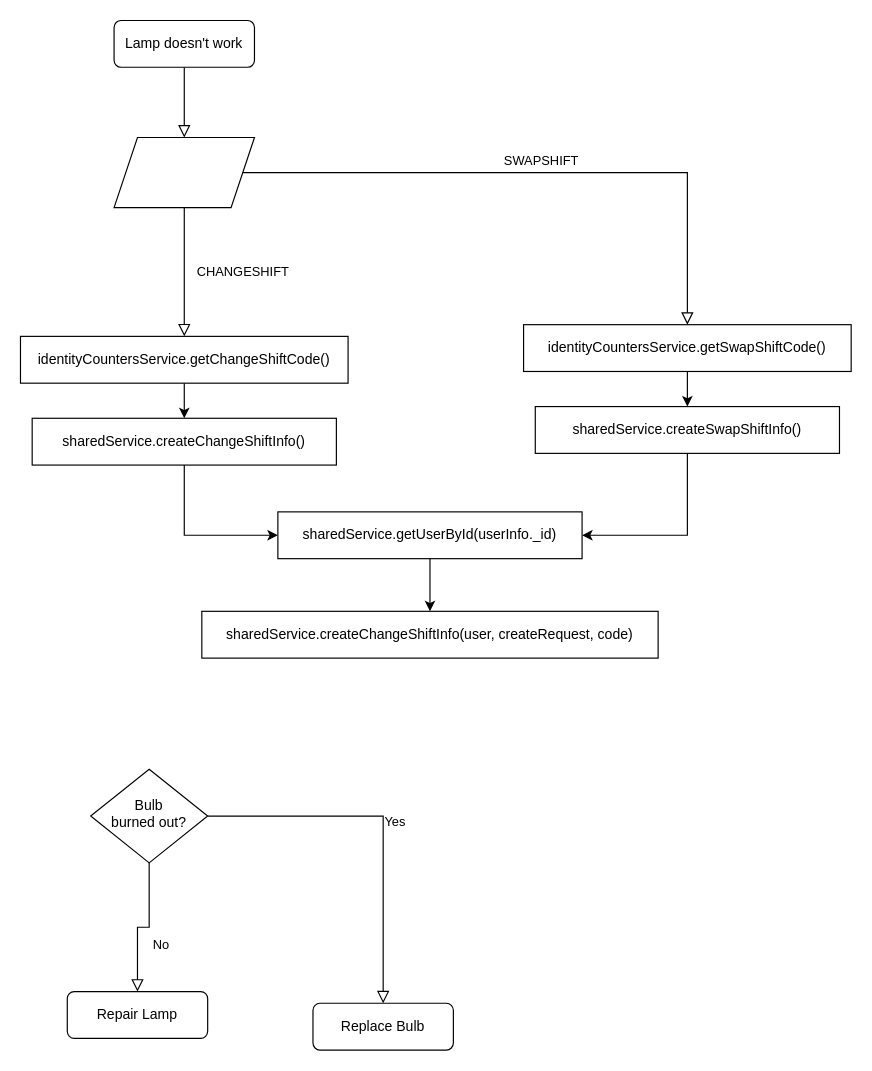
8luex/test-railway keeps this draw.io diagram as Untitled Diagram.drawio. Above is the earlier version. Source tidied: cells renumbered, new cells numbered last; positions are measured from the earlier drawing's top-left corner, leaving out a move shared by most shapes. Both pictures are drawn from the tidied source at 117%, with x=0, y=0 at pixel (20, 20).
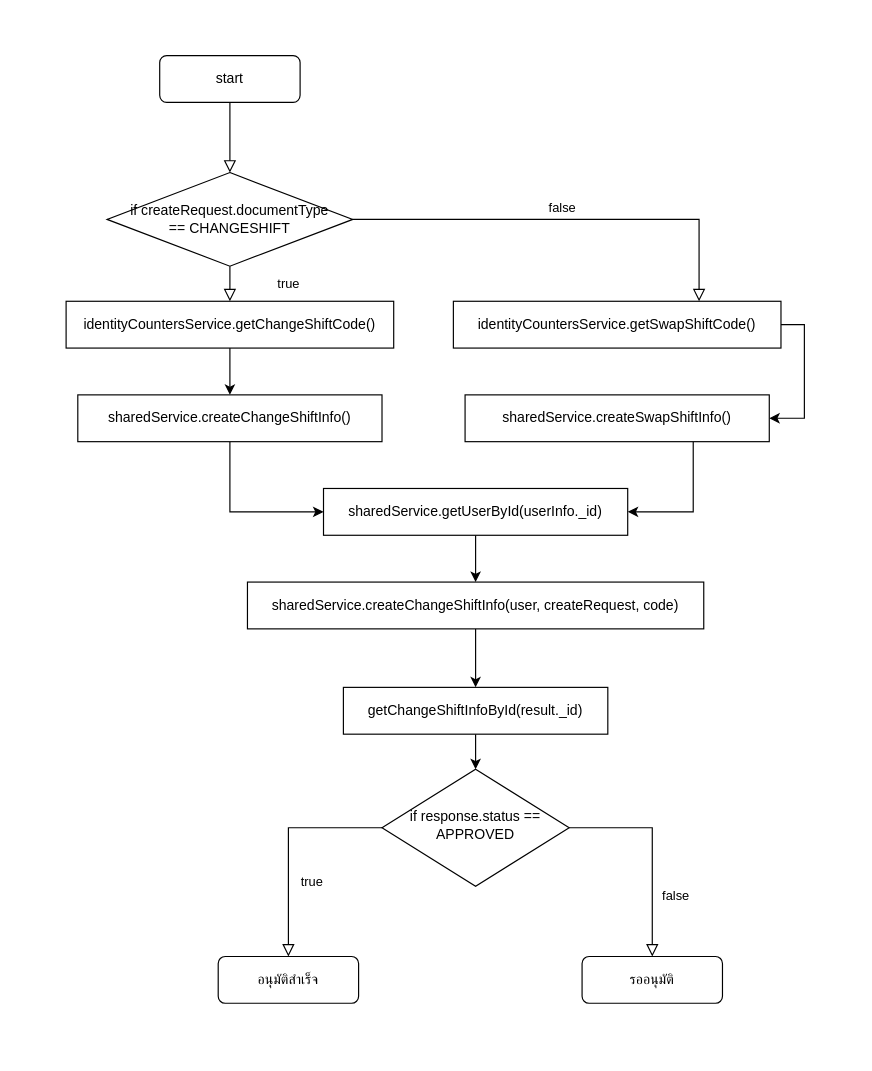
After the change.

The edit, as a diff of the source:
```diff
@@
-    <mxCell id="2" style="rounded=0;html=1;jettySize=auto;fontSize=11;endArrow=block;endFill=0;endSize=8;strokeWidth=1;shadow=0;labelBackgroundColor=none;edgeStyle=orthogonalEdgeStyle;entryX=0.5;entryY=0;entryDx=0;entryDy=0;" parent="1" edge="1" source="3" target="15">
+    <mxCell id="2" style="rounded=0;html=1;jettySize=auto;fontSize=11;endArrow=block;endFill=0;endSize=8;strokeWidth=1;shadow=0;labelBackgroundColor=none;edgeStyle=orthogonalEdgeStyle;entryX=0.5;entryY=0;entryDx=0;entryDy=0;" parent="1" edge="1" source="3" target="26">
       <mxGeometry relative="1" as="geometry" />
     </mxCell>
-    <mxCell id="3" value="Lamp doesn't work" style="rounded=1;whiteSpace=wrap;html=1;fontSize=12;glass=0;strokeWidth=1;shadow=0;" parent="1" vertex="1">
-      <mxGeometry x="80" width="120" height="40" as="geometry" />
+    <mxCell id="3" value="start" style="rounded=1;whiteSpace=wrap;html=1;fontSize=12;glass=0;strokeWidth=1;shadow=0;" parent="1" vertex="1">
+      <mxGeometry x="119" y="30" width="120" height="40" as="geometry" />
     </mxCell>
-    <mxCell id="4" value="CHANGESHIFT" style="rounded=0;html=1;jettySize=auto;fontSize=11;endArrow=block;endFill=0;endSize=8;strokeWidth=1;shadow=0;labelBackgroundColor=none;edgeStyle=orthogonalEdgeStyle;exitX=0.5;exitY=1;exitDx=0;exitDy=0;entryX=0.5;entryY=0;entryDx=0;entryDy=0;" parent="1" edge="1" source="15" target="17">
+    <mxCell id="4" value="true" style="rounded=0;html=1;jettySize=auto;fontSize=11;endArrow=block;endFill=0;endSize=8;strokeWidth=1;shadow=0;labelBackgroundColor=none;edgeStyle=orthogonalEdgeStyle;exitX=0.5;exitY=1;exitDx=0;exitDy=0;entryX=0.5;entryY=0;entryDx=0;entryDy=0;" parent="1" edge="1" source="26" target="17">
       <mxGeometry y="50" relative="1" as="geometry" />
     </mxCell>
-    <mxCell id="5" value="SWAPSHIFT" style="edgeStyle=orthogonalEdgeStyle;rounded=0;html=1;jettySize=auto;fontSize=11;endArrow=block;endFill=0;endSize=8;strokeWidth=1;shadow=0;labelBackgroundColor=none;exitX=1;exitY=0.5;exitDx=0;exitDy=0;" parent="1" edge="1" source="15" target="7">
-      <mxGeometry y="10" relative="1" as="geometry" />
+    <mxCell id="5" value="false" style="edgeStyle=orthogonalEdgeStyle;rounded=0;html=1;jettySize=auto;fontSize=11;endArrow=block;endFill=0;endSize=8;strokeWidth=1;shadow=0;labelBackgroundColor=none;exitX=1;exitY=0.5;exitDx=0;exitDy=0;entryX=0.75;entryY=0;entryDx=0;entryDy=0;" parent="1" edge="1" source="26" target="7">
+      <mxGeometry x="-0.02" y="10" relative="1" as="geometry" />
     </mxCell>
-    <mxCell id="6" style="edgeStyle=orthogonalEdgeStyle;rounded=0;jettySize=auto;html=1;" parent="1" edge="1" source="7" target="14">
+    <mxCell id="6" style="edgeStyle=orthogonalEdgeStyle;rounded=0;jettySize=auto;html=1;exitX=1;exitY=0.5;exitDx=0;exitDy=0;entryX=1;entryY=0.5;entryDx=0;entryDy=0;" parent="1" edge="1" source="7" target="14">
       <mxGeometry relative="1" as="geometry" />
     </mxCell>
     <mxCell id="7" value="identityCountersService.getSwapShiftCode()" style="rounded=1;whiteSpace=wrap;html=1;fontSize=12;glass=0;strokeWidth=1;shadow=0;arcSize=0;" parent="1" vertex="1">
-      <mxGeometry x="430" y="260" width="280" height="40" as="geometry" />
+      <mxGeometry x="370" y="240" width="280" height="40" as="geometry" />
     </mxCell>
-    <mxCell id="8" value="No" style="rounded=0;html=1;jettySize=auto;fontSize=11;endArrow=block;endFill=0;endSize=8;strokeWidth=1;shadow=0;labelBackgroundColor=none;edgeStyle=orthogonalEdgeStyle;" parent="1" edge="1" source="10" target="11">
+    <mxCell id="8" value="true" style="rounded=0;html=1;jettySize=auto;fontSize=11;endArrow=block;endFill=0;endSize=8;strokeWidth=1;shadow=0;labelBackgroundColor=none;edgeStyle=orthogonalEdgeStyle;" parent="1" edge="1" source="10" target="11">
       <mxGeometry x="0.33" y="20" relative="1" as="geometry" />
     </mxCell>
-    <mxCell id="9" value="Yes" style="edgeStyle=orthogonalEdgeStyle;rounded=0;html=1;jettySize=auto;fontSize=11;endArrow=block;endFill=0;endSize=8;strokeWidth=1;shadow=0;labelBackgroundColor=none;exitX=1;exitY=0.5;exitDx=0;exitDy=0;" parent="1" edge="1" source="10" target="12">
-      <mxGeometry y="10" relative="1" as="geometry" />
+    <mxCell id="9" value="false" style="edgeStyle=orthogonalEdgeStyle;rounded=0;html=1;jettySize=auto;fontSize=11;endArrow=block;endFill=0;endSize=8;strokeWidth=1;shadow=0;labelBackgroundColor=none;exitX=1;exitY=0.5;exitDx=0;exitDy=0;" parent="1" edge="1" source="10" target="12">
+      <mxGeometry x="0.42" y="20" relative="1" as="geometry" />
     </mxCell>
-    <mxCell id="10" value="Bulb&lt;br&gt;burned out?" style="rhombus;whiteSpace=wrap;html=1;shadow=0;fontFamily=Helvetica;fontSize=12;align=center;strokeWidth=1;spacing=6;spacingTop=-4;" parent="1" vertex="1">
-      <mxGeometry x="60" y="640" width="100" height="80" as="geometry" />
+    <mxCell id="10" value="if response.status == APPROVED" style="rhombus;whiteSpace=wrap;html=1;shadow=0;fontFamily=Helvetica;fontSize=12;align=center;strokeWidth=1;spacing=6;spacingTop=-4;" parent="1" vertex="1">
+      <mxGeometry x="309" y="640" width="160" height="100" as="geometry" />
     </mxCell>
-    <mxCell id="11" value="Repair Lamp" style="rounded=1;whiteSpace=wrap;html=1;fontSize=12;glass=0;strokeWidth=1;shadow=0;" parent="1" vertex="1">
-      <mxGeometry x="40" y="830" width="120" height="40" as="geometry" />
+    <mxCell id="11" value="อนุมัติสำเร็จ" style="rounded=1;whiteSpace=wrap;html=1;fontSize=12;glass=0;strokeWidth=1;shadow=0;" parent="1" vertex="1">
+      <mxGeometry x="169" y="800" width="120" height="40" as="geometry" />
     </mxCell>
-    <mxCell id="12" value="Replace Bulb" style="rounded=1;whiteSpace=wrap;html=1;fontSize=12;glass=0;strokeWidth=1;shadow=0;" parent="1" vertex="1">
-      <mxGeometry x="250" y="840" width="120" height="40" as="geometry" />
+    <mxCell id="12" value="รออนุมัติ" style="rounded=1;whiteSpace=wrap;html=1;fontSize=12;glass=0;strokeWidth=1;shadow=0;" parent="1" vertex="1">
+      <mxGeometry x="480" y="800" width="120" height="40" as="geometry" />
     </mxCell>
-    <mxCell id="13" style="edgeStyle=orthogonalEdgeStyle;rounded=0;jettySize=auto;html=1;exitX=0.5;exitY=1;exitDx=0;exitDy=0;entryX=1;entryY=0.5;entryDx=0;entryDy=0;" parent="1" edge="1" source="14" target="21">
+    <mxCell id="13" style="edgeStyle=orthogonalEdgeStyle;rounded=0;jettySize=auto;html=1;entryX=1;entryY=0.5;entryDx=0;entryDy=0;exitX=0.75;exitY=1;exitDx=0;exitDy=0;" parent="1" edge="1" source="14" target="21">
       <mxGeometry relative="1" as="geometry" />
     </mxCell>
     <mxCell id="14" value="sharedService.createSwapShiftInfo()" style="whiteSpace=wrap;html=1;rounded=1;glass=0;strokeWidth=1;shadow=0;arcSize=0;" parent="1" vertex="1">
-      <mxGeometry x="440" y="330" width="260" height="40" as="geometry" />
+      <mxGeometry x="380" y="320" width="260" height="40" as="geometry" />
     </mxCell>
-    <mxCell id="15" style="shape=parallelogram;perimeter=parallelogramPerimeter;whiteSpace=wrap;html=1;fixedSize=1;" parent="1" vertex="1">
-      <mxGeometry x="80" y="100" width="120" height="60" as="geometry" />
-    </mxCell>
@@
     <mxCell id="17" value="identityCountersService.getChangeShiftCode()" style="rounded=1;whiteSpace=wrap;html=1;fontSize=12;glass=0;strokeWidth=1;shadow=0;arcSize=0;" parent="1" vertex="1">
-      <mxGeometry y="270" width="280" height="40" as="geometry" />
+      <mxGeometry x="39" y="240" width="280" height="40" as="geometry" />
     </mxCell>
@@
     <mxCell id="19" value="sharedService.createChangeShiftInfo()" style="whiteSpace=wrap;html=1;rounded=1;glass=0;strokeWidth=1;shadow=0;arcSize=0;" parent="1" vertex="1">
-      <mxGeometry x="10" y="340" width="260" height="40" as="geometry" />
+      <mxGeometry x="49" y="320" width="260" height="40" as="geometry" />
     </mxCell>
@@
     <mxCell id="21" value="sharedService.getUserById(userInfo._id)" style="whiteSpace=wrap;html=1;rounded=1;glass=0;strokeWidth=1;shadow=0;arcSize=0;" parent="1" vertex="1">
-      <mxGeometry x="220" y="420" width="260" height="40" as="geometry" />
+      <mxGeometry x="259" y="400" width="260" height="40" as="geometry" />
     </mxCell>
+    <mxCell id="23" style="edgeStyle=orthogonalEdgeStyle;rounded=0;jettySize=auto;html=1;exitX=0.5;exitY=1;exitDx=0;exitDy=0;entryX=0.5;entryY=0;entryDx=0;entryDy=0;" parent="1" edge="1" source="22" target="25">
+      <mxGeometry relative="1" as="geometry" />
+    </mxCell>
     <mxCell id="22" value="sharedService.createChangeShiftInfo(user, createRequest, code)" style="whiteSpace=wrap;html=1;rounded=1;glass=0;strokeWidth=1;shadow=0;arcSize=0;" parent="1" vertex="1">
-      <mxGeometry x="155" y="505" width="390" height="40" as="geometry" />
+      <mxGeometry x="194" y="480" width="390" height="40" as="geometry" />
     </mxCell>
+    <mxCell id="24" style="edgeStyle=orthogonalEdgeStyle;rounded=0;jettySize=auto;html=1;exitX=0.5;exitY=1;exitDx=0;exitDy=0;" parent="1" edge="1" source="25" target="10">
+      <mxGeometry relative="1" as="geometry" />
+    </mxCell>
+    <mxCell id="25" value="getChangeShiftInfoById(result._id)" style="whiteSpace=wrap;html=1;rounded=1;glass=0;strokeWidth=1;shadow=0;arcSize=0;" parent="1" vertex="1">
+      <mxGeometry x="276" y="570" width="226" height="40" as="geometry" />
+    </mxCell>
+    <mxCell id="26" value="if&amp;nbsp;createRequest.documentType ==&amp;nbsp;CHANGESHIFT" style="rhombus;whiteSpace=wrap;html=1;" parent="1" vertex="1">
+      <mxGeometry x="74" y="130" width="210" height="80" as="geometry" />
+    </mxCell>
```
